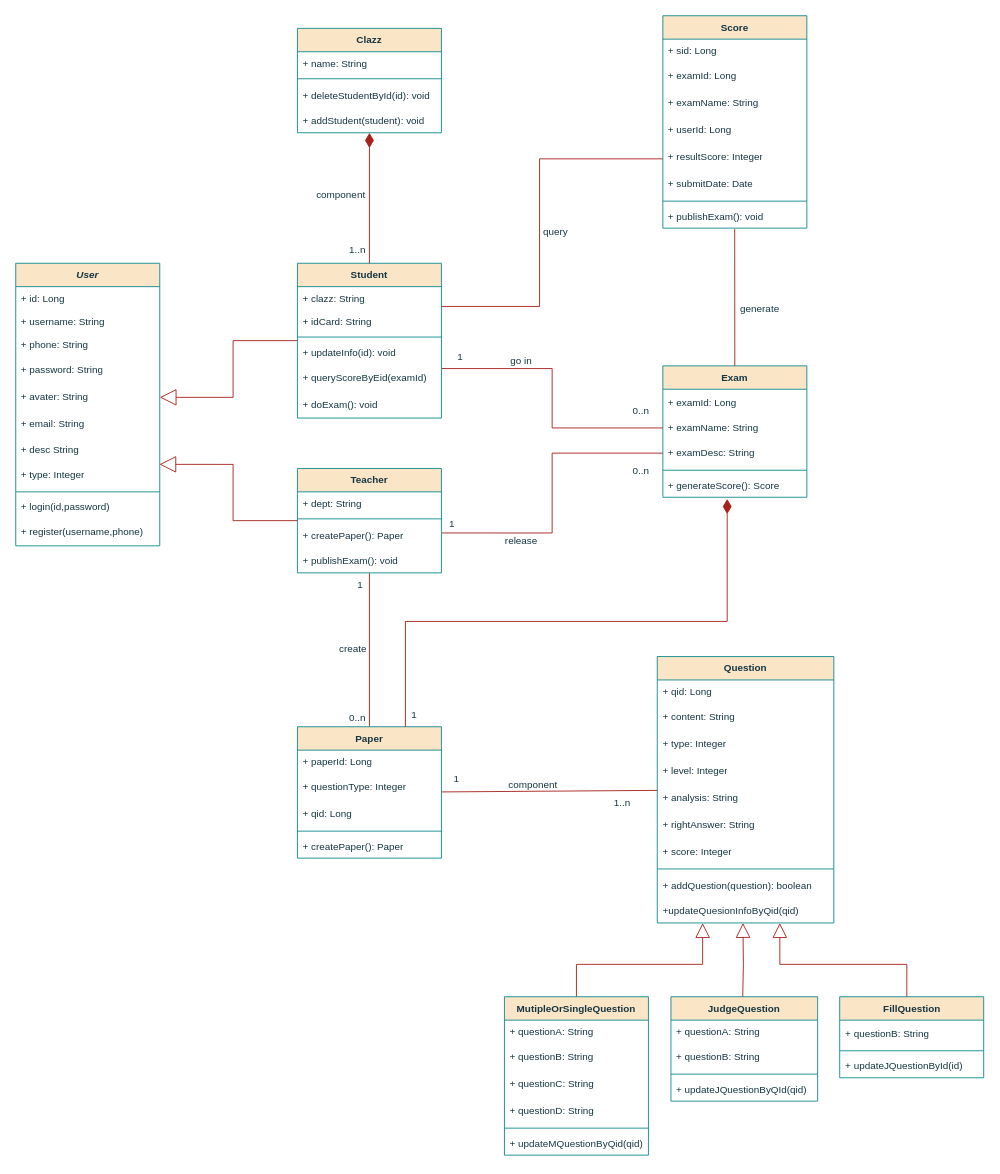
Before: 软工类图.drawio in Wishlove09/drawio, a draw.io diagram. Source tidied: cells renumbered, new cells numbered last; positions are measured from the earlier drawing's top-left corner, leaving out a move shared by most shapes. Both pictures are drawn from the tidied source at 90%, with x=0, y=0 at pixel (15, 15).
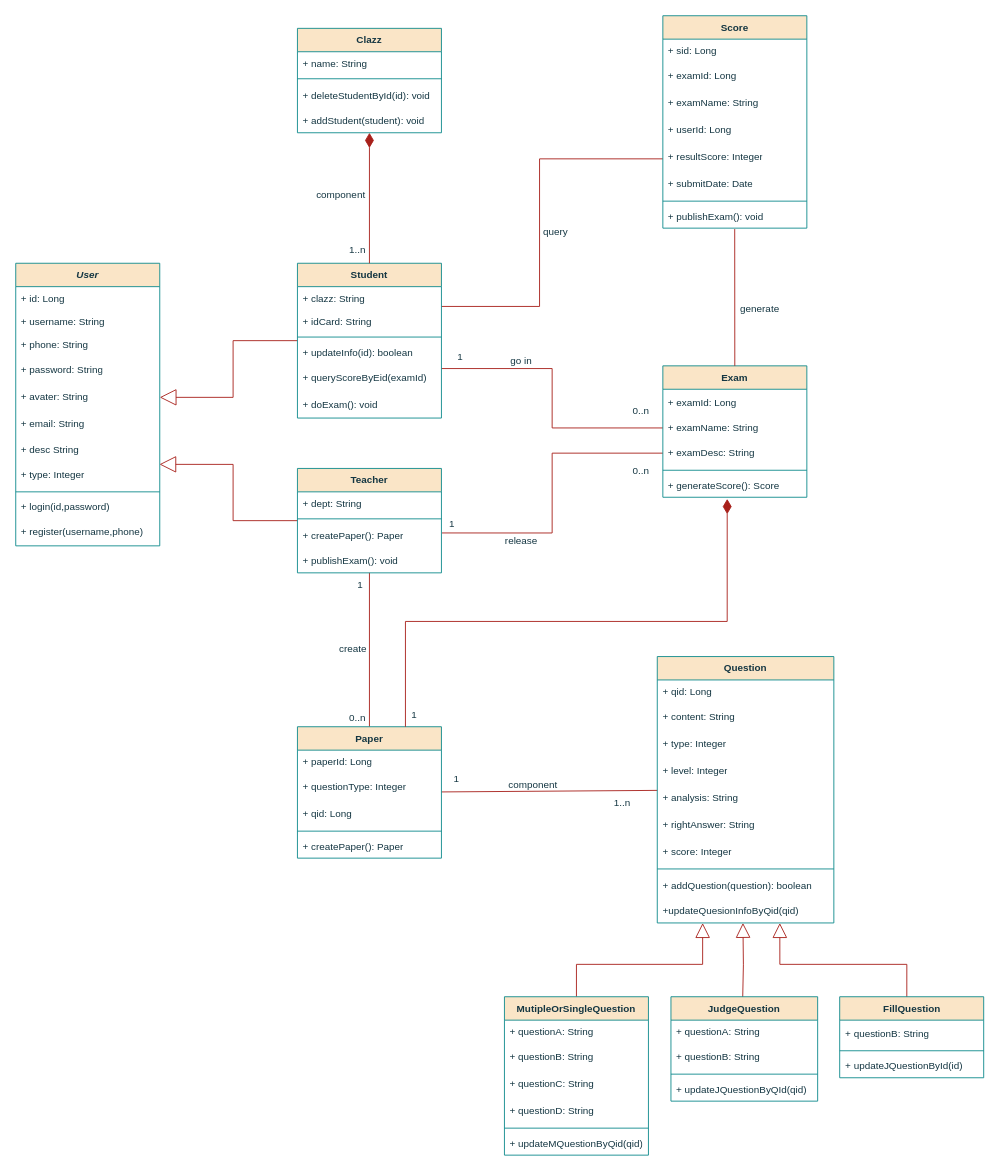
The same page after the edit.

Commit message (it also covers changes not shown here):
更新软工类图.drawio

Unchanged cells that the change refers to:
```xml
<mxCell id="17" value="Student" style="swimlane;fontStyle=1;align=center;verticalAlign=top;horizontal=1;startSize=26;whiteSpace=wrap;html=1;fontSize=11;rounded=0;labelBackgroundColor=none;fillColor=#FAE5C7;strokeColor=#0F8B8D;fontColor=#143642;" parent="1" vertex="1">
  <mxGeometry x="313" y="275" width="160" height="172" as="geometry" />
</mxCell>
```

Diff of the diagram source:
```diff
@@
-    <mxCell id="21" value="+ updateInfo(id): void" style="text;strokeColor=none;fillColor=none;align=left;verticalAlign=top;spacingLeft=4;spacingRight=4;overflow=hidden;whiteSpace=wrap;html=1;fontSize=11;rounded=0;labelBackgroundColor=none;fontColor=#143642;" parent="17" vertex="1">
+    <mxCell id="21" value="+ updateInfo(id): boolean" style="text;strokeColor=none;fillColor=none;align=left;verticalAlign=top;spacingLeft=4;spacingRight=4;overflow=hidden;whiteSpace=wrap;html=1;fontSize=11;rounded=0;labelBackgroundColor=none;fontColor=#143642;" parent="17" vertex="1">
       <mxGeometry y="86" width="160" height="26" as="geometry" />
     </mxCell>
```
